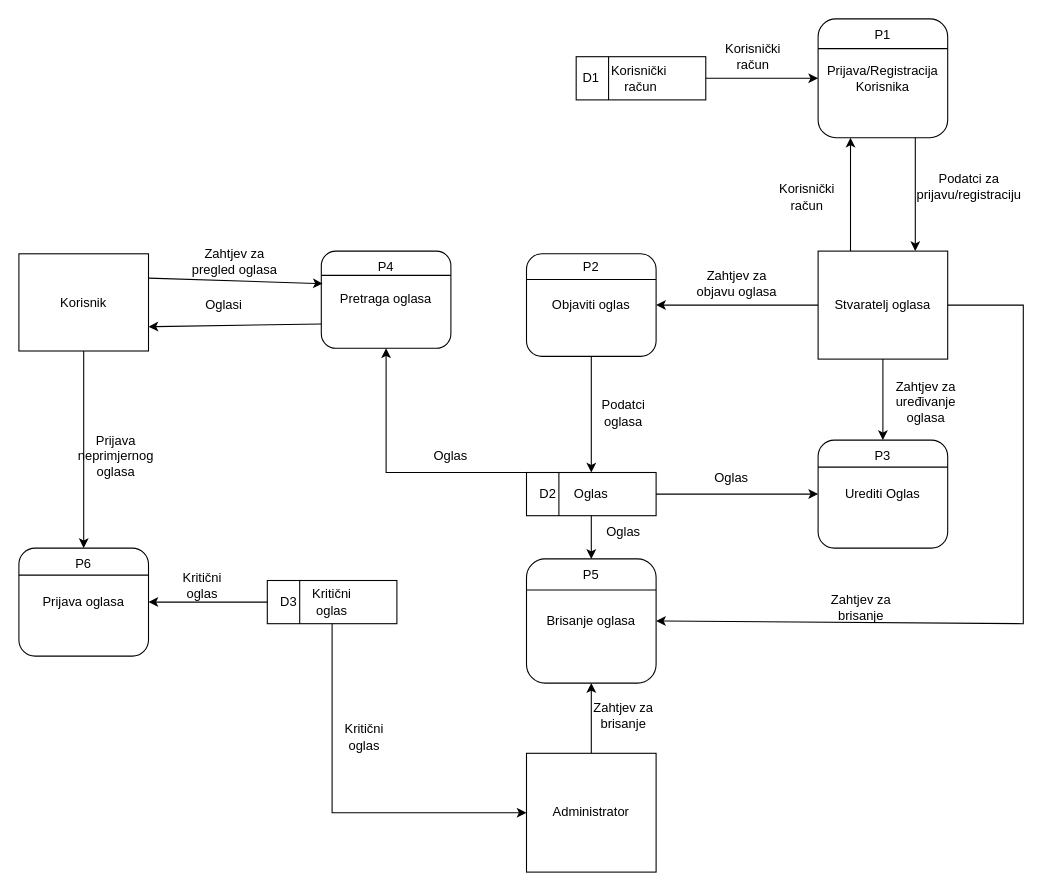
petarpandza/Oglasi keeps this draw.io diagram as DZ1/SpecifikacijaZahtjeva/Model poslovnog procesa/Dijagram glavnih procesa.drawio. Above is the earlier version. Source tidied: cells renumbered, new cells numbered last; positions are measured from the earlier drawing's top-left corner, leaving out a move shared by most shapes. Both pictures are drawn from the tidied source at 108%, with x=0, y=0 at pixel (18, 18).
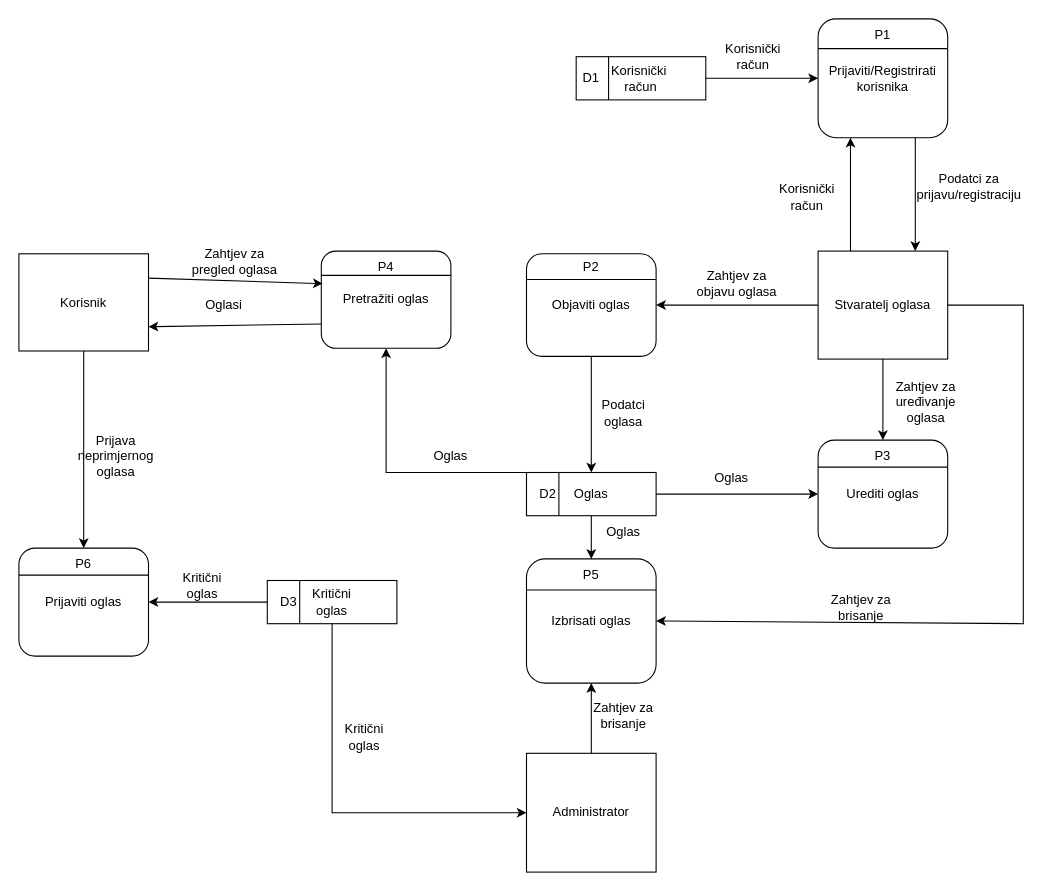
After the change.

Commit message (it also covers changes not shown here):
ažuriran dijagram glavnih procesa

procesi preimenovani

The edit, as a diff of the source:
```diff
@@
-    <mxCell id="5" value="Prijava/Registracija Korisnika" style="rounded=1;whiteSpace=wrap;html=1;" parent="1" vertex="1">
+    <mxCell id="5" value="Prijaviti/Registrirati korisnika" style="rounded=1;whiteSpace=wrap;html=1;" parent="1" vertex="1">
       <mxGeometry x="740" width="120" height="110" as="geometry" />
     </mxCell>
@@
-    <mxCell id="25" value="Urediti Oglas" style="rounded=1;whiteSpace=wrap;html=1;" parent="1" vertex="1">
+    <mxCell id="25" value="Urediti oglas" style="rounded=1;whiteSpace=wrap;html=1;" parent="1" vertex="1">
       <mxGeometry x="740" y="390" width="120" height="100" as="geometry" />
     </mxCell>
@@
-    <mxCell id="31" value="Pretraga oglasa" style="rounded=1;whiteSpace=wrap;html=1;" parent="1" vertex="1">
+    <mxCell id="31" value="Pretražiti oglas" style="rounded=1;whiteSpace=wrap;html=1;" parent="1" vertex="1">
       <mxGeometry x="280" y="215" width="120" height="90" as="geometry" />
     </mxCell>
@@
-    <mxCell id="39" value="Brisanje oglasa" style="rounded=1;whiteSpace=wrap;html=1;" parent="1" vertex="1">
+    <mxCell id="39" value="Izbrisati oglas" style="rounded=1;whiteSpace=wrap;html=1;" parent="1" vertex="1">
       <mxGeometry x="470" y="500" width="120" height="115" as="geometry" />
     </mxCell>
@@
-    <mxCell id="47" value="Prijava oglasa" style="rounded=1;whiteSpace=wrap;html=1;" parent="1" vertex="1">
+    <mxCell id="47" value="Prijaviti oglas" style="rounded=1;whiteSpace=wrap;html=1;" parent="1" vertex="1">
       <mxGeometry y="490" width="120" height="100" as="geometry" />
     </mxCell>
```
